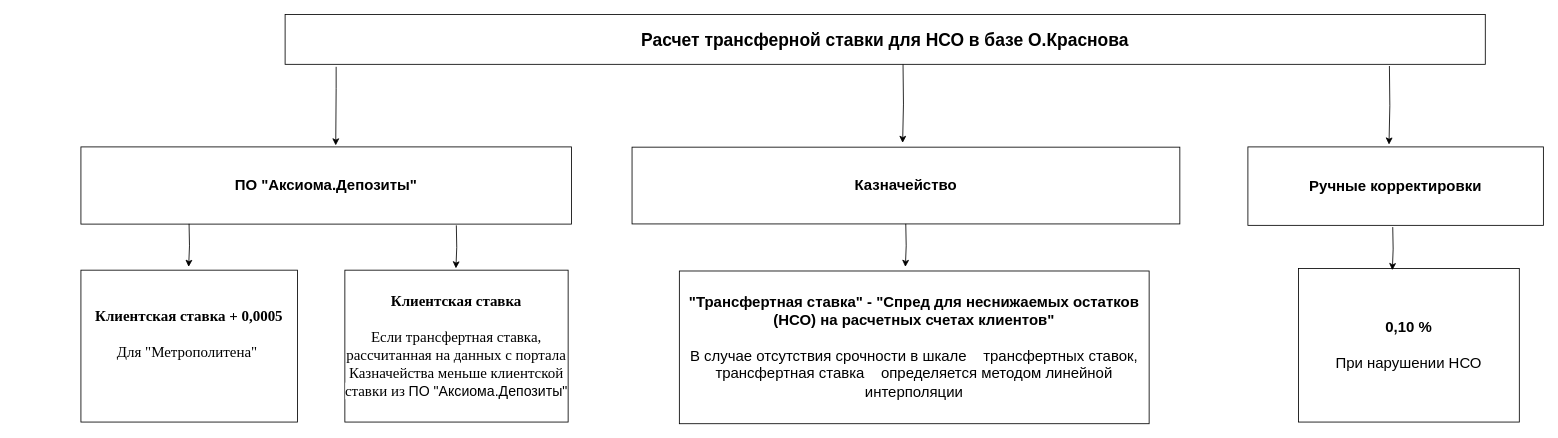
Above: page "НСО" (2 of 4) of Диаграмма без названия.drawio in NATALYAAAAAAAA/potter (draw.io), before the change. Source tidied: cells renumbered, new cells numbered last; positions are measured from the earlier drawing's top-left corner, leaving out a move shared by most shapes. Both pictures are drawn from the tidied source at 83%, with x=0, y=0 at pixel (81, 14).
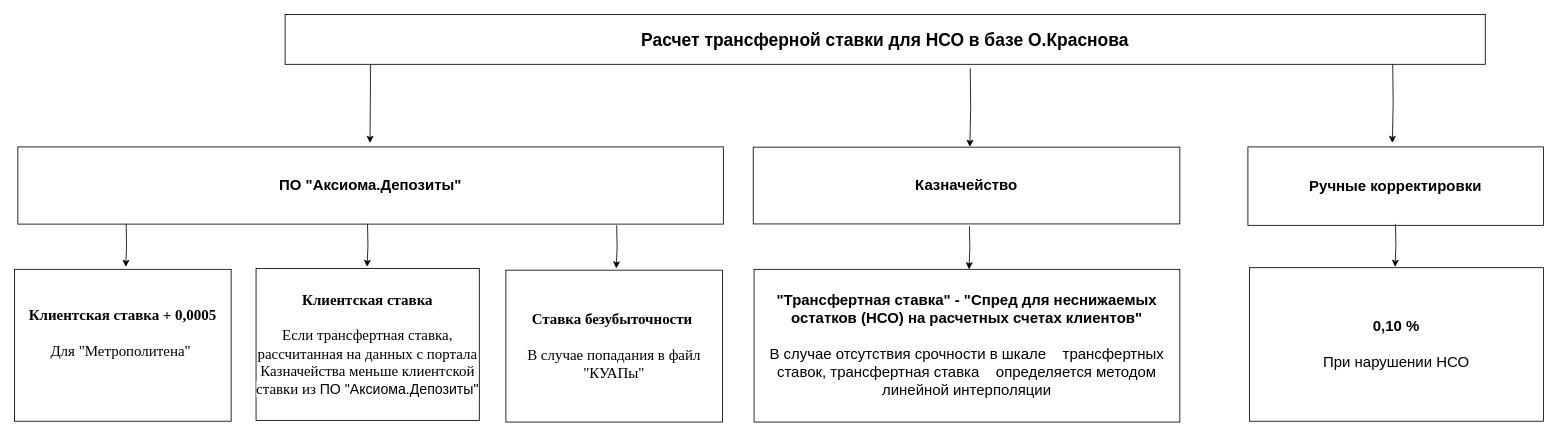
Above is the later version.

Change to the diagram source:
```diff
@@
     <mxCell id="2" value="&lt;div&gt;&lt;b style=&quot;font-family: &amp;quot;Times New Roman&amp;quot;; font-size: 18px; text-align: start; background-color: rgb(255, 255, 255);&quot;&gt;Клиентская ставка + 0,0005&lt;/b&gt;&lt;span style=&quot;text-align: start; background-color: light-dark(#ffffff, var(--ge-dark-color, #121212));&quot;&gt;&lt;font style=&quot;font-size: 18px;&quot; face=&quot;Times New Roman&quot;&gt;&lt;/font&gt;&lt;/span&gt;&lt;/div&gt;&lt;span style=&quot;text-align: start; background-color: light-dark(#ffffff, var(--ge-dark-color, #121212));&quot;&gt;&lt;font style=&quot;font-size: 18px;&quot; face=&quot;Times New Roman&quot;&gt;&lt;div&gt;&lt;span style=&quot;text-align: start; background-color: light-dark(#ffffff, var(--ge-dark-color, #121212));&quot;&gt;&lt;font style=&quot;font-size: 18px;&quot; face=&quot;Times New Roman&quot;&gt;&lt;br&gt;&lt;/font&gt;&lt;/span&gt;&lt;/div&gt;Для &quot;Метрополитена&quot;&amp;nbsp;&lt;/font&gt;&lt;/span&gt;&lt;div&gt;&lt;br&gt;&lt;/div&gt;&lt;div&gt;&lt;br&gt;&lt;/div&gt;" style="rounded=0;whiteSpace=wrap;html=1;" parent="1" vertex="1">
-      <mxGeometry y="308" width="261" height="183" as="geometry" />
+      <mxGeometry x="-80" y="307" width="261" height="183" as="geometry" />
     </mxCell>
     <mxCell id="3" value="&lt;font face=&quot;Times New Roman&quot; style=&quot;font-size: 18px;&quot;&gt;&lt;span style=&quot;background-color: rgb(255, 255, 255);&quot;&gt;&lt;b&gt;Клиентская ставка&lt;/b&gt;&lt;/span&gt;&lt;/font&gt;&lt;div&gt;&lt;font face=&quot;Times New Roman&quot;&gt;&lt;span style=&quot;font-size: 18px;&quot;&gt;&lt;br&gt;&lt;/span&gt;&lt;/font&gt;&lt;div&gt;&lt;font face=&quot;Times New Roman&quot; style=&quot;font-size: 18px;&quot;&gt;&lt;span style=&quot;background-color: rgb(255, 255, 255);&quot;&gt;Если трансфертная ставка, рассчитанная на данных с портала Казначейства меньше клиентской ставки из&amp;nbsp;&lt;/span&gt;&lt;/font&gt;&lt;span style=&quot;background-color: transparent; color: light-dark(rgb(0, 0, 0), rgb(255, 255, 255)); font-size: 14px;&quot;&gt;&lt;font style=&quot;font-size: 17px;&quot;&gt;ПО&lt;b&gt; &lt;/b&gt;&quot;Аксиома.Депозиты&quot;&lt;/font&gt;&lt;/span&gt;&lt;/div&gt;&lt;/div&gt;" style="rounded=0;whiteSpace=wrap;html=1;spacing=1;verticalAlign=middle;align=center;" parent="1" vertex="1">
-      <mxGeometry x="318" y="308" width="269" height="183" as="geometry" />
+      <mxGeometry x="211" y="306" width="269" height="183" as="geometry" />
     </mxCell>
     <mxCell id="4" value="&lt;font style=&quot;font-size: 18px;&quot;&gt;&lt;b&gt;&quot;Трансфертная ставка&quot; - &quot;Спред для неснижаемых остатков (НСО) на расчетных счетах клиентов&quot;&lt;/b&gt;&lt;/font&gt;&lt;div&gt;&lt;span style=&quot;font-size: 18px;&quot;&gt;&lt;b&gt;&lt;br&gt;&lt;/b&gt;&lt;/span&gt;&lt;div&gt;&lt;font style=&quot;&quot;&gt;&lt;span style=&quot;text-align: left;&quot;&gt;&lt;font style=&quot;font-size: 18px;&quot;&gt;В случае отсутствия срочности в шкале&amp;nbsp; &amp;nbsp; трансфертных ставок, трансфертная ставка&amp;nbsp; &amp;nbsp; определяется методом линейной интерполяции&lt;/font&gt;&lt;/span&gt;&lt;span style=&quot;font-size: 18px;&quot;&gt;&lt;b&gt;&lt;/b&gt;&lt;/span&gt;&lt;/font&gt;&lt;/div&gt;&lt;/div&gt;" style="rounded=0;whiteSpace=wrap;html=1;" parent="1" vertex="1">
-      <mxGeometry x="721" y="309" width="566" height="184" as="geometry" />
+      <mxGeometry x="811" y="307" width="513" height="184" as="geometry" />
     </mxCell>
@@
     <mxCell id="6" value="&lt;b style=&quot;&quot;&gt;&lt;font style=&quot;font-size: 18px;&quot;&gt;ПО &quot;Аксиома.Депозиты&quot;&lt;/font&gt;&lt;/b&gt;" style="rounded=0;whiteSpace=wrap;html=1;" parent="1" vertex="1">
-      <mxGeometry y="159.5" width="591" height="93" as="geometry" />
+      <mxGeometry x="-76" y="159.5" width="850" height="93" as="geometry" />
     </mxCell>
     <mxCell id="7" value="&lt;b style=&quot;&quot;&gt;&lt;font style=&quot;font-size: 18px;&quot;&gt;Казначейство&lt;/font&gt;&lt;/b&gt;" style="rounded=0;whiteSpace=wrap;html=1;" parent="1" vertex="1">
-      <mxGeometry x="664" y="159.8" width="660" height="92.5" as="geometry" />
+      <mxGeometry x="810" y="159.8" width="514" height="92.5" as="geometry" />
     </mxCell>
@@
     <mxCell id="9" value="&lt;font style=&quot;font-size: 18px;&quot;&gt;&lt;b&gt;0,10 %&lt;/b&gt;&lt;/font&gt;&lt;div&gt;&lt;font style=&quot;font-size: 18px;&quot;&gt;&lt;b&gt;&lt;br&gt;&lt;/b&gt;&lt;/font&gt;&lt;/div&gt;&lt;div&gt;&lt;font style=&quot;font-size: 18px;&quot;&gt;При нарушении НСО&lt;/font&gt;&lt;/div&gt;" style="rounded=0;whiteSpace=wrap;html=1;" parent="1" vertex="1">
-      <mxGeometry x="1467" y="306" width="266" height="185" as="geometry" />
+      <mxGeometry x="1408" y="305" width="354" height="185" as="geometry" />
     </mxCell>
     <mxCell id="10" style="edgeStyle=orthogonalEdgeStyle;rounded=0;orthogonalLoop=1;jettySize=auto;html=1;" parent="1" edge="1">
       <mxGeometry relative="1" as="geometry">
-        <mxPoint x="307.5" y="63" as="sourcePoint" />
-        <mxPoint x="307" y="157.7" as="targetPoint" />
+        <mxPoint x="348.8" y="60" as="sourcePoint" />
+        <mxPoint x="348.3" y="154.7" as="targetPoint" />
         <Array as="points">
-          <mxPoint x="307" y="89" />
-          <mxPoint x="307" y="89" />
+          <mxPoint x="348.3" y="86" />
+          <mxPoint x="348.3" y="86" />
         </Array>
       </mxGeometry>
     </mxCell>
     <mxCell id="11" style="edgeStyle=orthogonalEdgeStyle;rounded=0;orthogonalLoop=1;jettySize=auto;html=1;" parent="1" edge="1">
       <mxGeometry relative="1" as="geometry">
-        <mxPoint x="1576.5" y="62" as="sourcePoint" />
-        <mxPoint x="1576" y="156.7" as="targetPoint" />
+        <mxPoint x="1580.5" y="60" as="sourcePoint" />
+        <mxPoint x="1580" y="154.7" as="targetPoint" />
       </mxGeometry>
     </mxCell>
     <mxCell id="12" style="edgeStyle=orthogonalEdgeStyle;rounded=0;orthogonalLoop=1;jettySize=auto;html=1;" parent="1" edge="1">
       <mxGeometry relative="1" as="geometry">
-        <mxPoint x="990.5" y="60" as="sourcePoint" />
-        <mxPoint x="990" y="154.7" as="targetPoint" />
+        <mxPoint x="1071.5" y="64.8" as="sourcePoint" />
+        <mxPoint x="1071" y="159.5" as="targetPoint" />
       </mxGeometry>
     </mxCell>
     <mxCell id="13" value="&lt;div&gt;&lt;br&gt;&lt;/div&gt;&lt;div&gt;&lt;br&gt;&lt;/div&gt;" style="edgeStyle=orthogonalEdgeStyle;rounded=0;orthogonalLoop=1;jettySize=auto;html=1;" parent="1" edge="1">
       <mxGeometry relative="1" as="geometry">
-        <mxPoint x="130.3" y="252.2" as="sourcePoint" />
-        <mxPoint x="129.8" y="304.1" as="targetPoint" />
+        <mxPoint x="54.5" y="252.2" as="sourcePoint" />
+        <mxPoint x="54" y="304.1" as="targetPoint" />
       </mxGeometry>
     </mxCell>
     <mxCell id="14" value="&lt;div&gt;&lt;br&gt;&lt;/div&gt;&lt;div&gt;&lt;br&gt;&lt;/div&gt;" style="edgeStyle=orthogonalEdgeStyle;rounded=0;orthogonalLoop=1;jettySize=auto;html=1;" parent="1" edge="1">
       <mxGeometry relative="1" as="geometry">
-        <mxPoint x="993.8" y="252.2" as="sourcePoint" />
-        <mxPoint x="993.3" y="304.1" as="targetPoint" />
+        <mxPoint x="1070.5" y="255.1" as="sourcePoint" />
+        <mxPoint x="1070" y="307" as="targetPoint" />
       </mxGeometry>
     </mxCell>
     <mxCell id="15" value="&lt;div&gt;&lt;br&gt;&lt;/div&gt;&lt;div&gt;&lt;br&gt;&lt;/div&gt;" style="edgeStyle=orthogonalEdgeStyle;rounded=0;orthogonalLoop=1;jettySize=auto;html=1;" parent="1" edge="1">
       <mxGeometry relative="1" as="geometry">
-        <mxPoint x="1580.5" y="256.1" as="sourcePoint" />
-        <mxPoint x="1580" y="308" as="targetPoint" />
+        <mxPoint x="1583.8" y="252.2" as="sourcePoint" />
+        <mxPoint x="1583.3" y="304.1" as="targetPoint" />
       </mxGeometry>
     </mxCell>
     <mxCell id="16" value="&lt;div&gt;&lt;br&gt;&lt;/div&gt;&lt;div&gt;&lt;br&gt;&lt;/div&gt;" style="edgeStyle=orthogonalEdgeStyle;rounded=0;orthogonalLoop=1;jettySize=auto;html=1;" parent="1" edge="1">
       <mxGeometry relative="1" as="geometry">
-        <mxPoint x="452.3" y="254" as="sourcePoint" />
-        <mxPoint x="451.8" y="305.9" as="targetPoint" />
+        <mxPoint x="345.3" y="252.2" as="sourcePoint" />
+        <mxPoint x="344.8" y="304.1" as="targetPoint" />
       </mxGeometry>
     </mxCell>
+    <mxCell id="17" value="&lt;div&gt;&lt;font face=&quot;Times New Roman&quot;&gt;&lt;span style=&quot;font-size: 18px; background-color: rgb(255, 255, 255);&quot;&gt;&lt;b&gt;Ставка безубыточности&amp;nbsp;&lt;/b&gt;&lt;/span&gt;&lt;/font&gt;&lt;/div&gt;&lt;div&gt;&lt;font face=&quot;Times New Roman&quot;&gt;&lt;span style=&quot;font-size: 18px; background-color: rgb(255, 255, 255);&quot;&gt;&lt;b&gt;&lt;br&gt;&lt;/b&gt;&lt;/span&gt;&lt;/font&gt;&lt;/div&gt;&lt;div&gt;&lt;font face=&quot;Times New Roman&quot;&gt;&lt;span style=&quot;font-size: 18px; background-color: rgb(255, 255, 255);&quot;&gt;В случае попадания в файл &quot;КУАПы&quot;&lt;/span&gt;&lt;/font&gt;&lt;/div&gt;" style="rounded=0;whiteSpace=wrap;html=1;" parent="1" vertex="1">
+      <mxGeometry x="512" y="308" width="261" height="183" as="geometry" />
+    </mxCell>
+    <mxCell id="18" value="&lt;div&gt;&lt;br&gt;&lt;/div&gt;&lt;div&gt;&lt;br&gt;&lt;/div&gt;" style="edgeStyle=orthogonalEdgeStyle;rounded=0;orthogonalLoop=1;jettySize=auto;html=1;" parent="1" edge="1">
+      <mxGeometry relative="1" as="geometry">
+        <mxPoint x="645.5" y="254" as="sourcePoint" />
+        <mxPoint x="645" y="305.9" as="targetPoint" />
+      </mxGeometry>
+    </mxCell>
```
